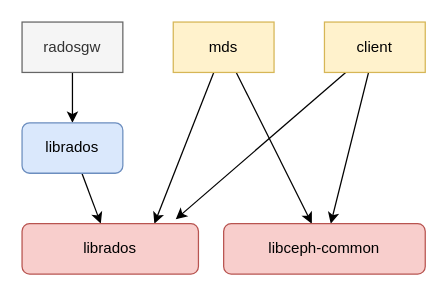
Earlier version of the draw.io diagram page "A/B100 兼容" (11 of 11) of leveldb.drawio (liutimo/images_bed). Source tidied: cells renumbered, new cells numbered last; positions are measured from the earlier drawing's top-left corner, leaving out a move shared by most shapes. Both pictures are drawn from the tidied source at 126%, with x=0, y=0 at pixel (21, 21).
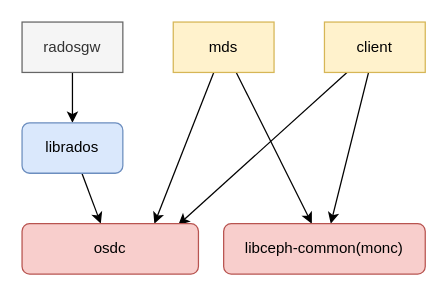
The same page after the edit.

Diff of the diagram source:
```diff
@@
 <mxGraphModel>
   <root>
     <mxCell id="0" />
     <mxCell id="1" parent="0" />
     <mxCell id="2" style="edgeStyle=orthogonalEdgeStyle;rounded=0;jettySize=auto;html=1;" parent="1" edge="1" source="3" target="11">
       <mxGeometry relative="1" as="geometry" />
     </mxCell>
     <mxCell id="3" value="radosgw" style="rounded=0;whiteSpace=wrap;html=1;fillColor=#f5f5f5;strokeColor=#666666;fontColor=#333333;" parent="1" vertex="1">
       <mxGeometry width="80" height="40" as="geometry" />
     </mxCell>
     <mxCell id="4" style="rounded=0;jettySize=auto;html=1;entryX=0.75;entryY=0;entryDx=0;entryDy=0;" parent="1" edge="1" source="6" target="12">
       <mxGeometry relative="1" as="geometry" />
     </mxCell>
     <mxCell id="5" style="rounded=0;jettySize=auto;html=1;" parent="1" edge="1" source="6" target="13">
       <mxGeometry relative="1" as="geometry" />
     </mxCell>
     <mxCell id="6" value="mds" style="rounded=0;whiteSpace=wrap;html=1;fillColor=#fff2cc;strokeColor=#d6b656;" parent="1" vertex="1">
       <mxGeometry x="120" width="80" height="40" as="geometry" />
     </mxCell>
-    <mxCell id="7" style="rounded=0;jettySize=auto;html=1;entryX=0.871;entryY=-0.085;entryDx=0;entryDy=0;entryPerimeter=0;" parent="1" edge="1" source="9" target="12">
-      <mxGeometry relative="1" as="geometry" />
+    <mxCell id="7" style="rounded=0;jettySize=auto;html=1;" parent="1" edge="1" source="9">
+      <mxGeometry relative="1" as="geometry">
+        <mxPoint x="124" y="161" as="targetPoint" />
+      </mxGeometry>
     </mxCell>
     <mxCell id="8" style="rounded=0;jettySize=auto;html=1;" parent="1" edge="1" source="9" target="13">
       <mxGeometry relative="1" as="geometry" />
     </mxCell>
     <mxCell id="9" value="client" style="rounded=0;whiteSpace=wrap;html=1;fillColor=#fff2cc;strokeColor=#d6b656;" parent="1" vertex="1">
       <mxGeometry x="240" width="80" height="40" as="geometry" />
     </mxCell>
     <mxCell id="10" style="rounded=0;jettySize=auto;html=1;" parent="1" edge="1" source="11" target="12">
       <mxGeometry relative="1" as="geometry" />
     </mxCell>
     <mxCell id="11" value="librados" style="rounded=1;whiteSpace=wrap;html=1;fillColor=#dae8fc;strokeColor=#6c8ebf;" parent="1" vertex="1">
       <mxGeometry y="80" width="80" height="40" as="geometry" />
     </mxCell>
-    <mxCell id="12" value="librados" style="rounded=1;whiteSpace=wrap;html=1;fillColor=#f8cecc;strokeColor=#b85450;" parent="1" vertex="1">
+    <mxCell id="12" value="osdc" style="rounded=1;whiteSpace=wrap;html=1;fillColor=#f8cecc;strokeColor=#b85450;" parent="1" vertex="1">
       <mxGeometry y="160" width="140" height="40" as="geometry" />
     </mxCell>
-    <mxCell id="13" value="libceph-common" style="rounded=1;whiteSpace=wrap;html=1;fillColor=#f8cecc;strokeColor=#b85450;" parent="1" vertex="1">
+    <mxCell id="13" value="libceph-common(monc)" style="rounded=1;whiteSpace=wrap;html=1;fillColor=#f8cecc;strokeColor=#b85450;" parent="1" vertex="1">
       <mxGeometry x="160" y="160" width="160" height="40" as="geometry" />
     </mxCell>
   </root>
 </mxGraphModel>
```
